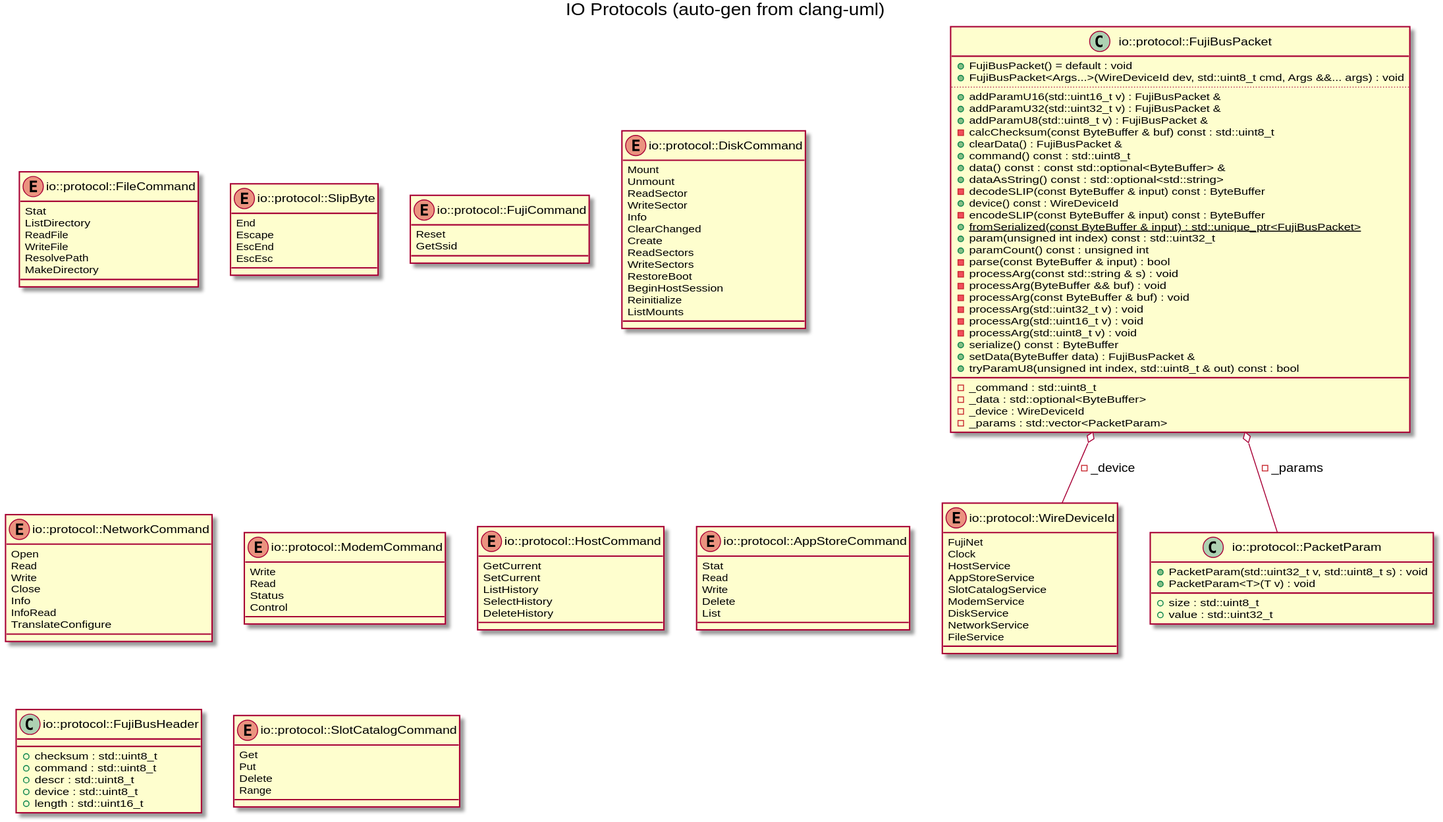
The PlantUML diagram docs/images/gen_io_protocol.svg in markjfisher/fujinet-nio, before a commit.
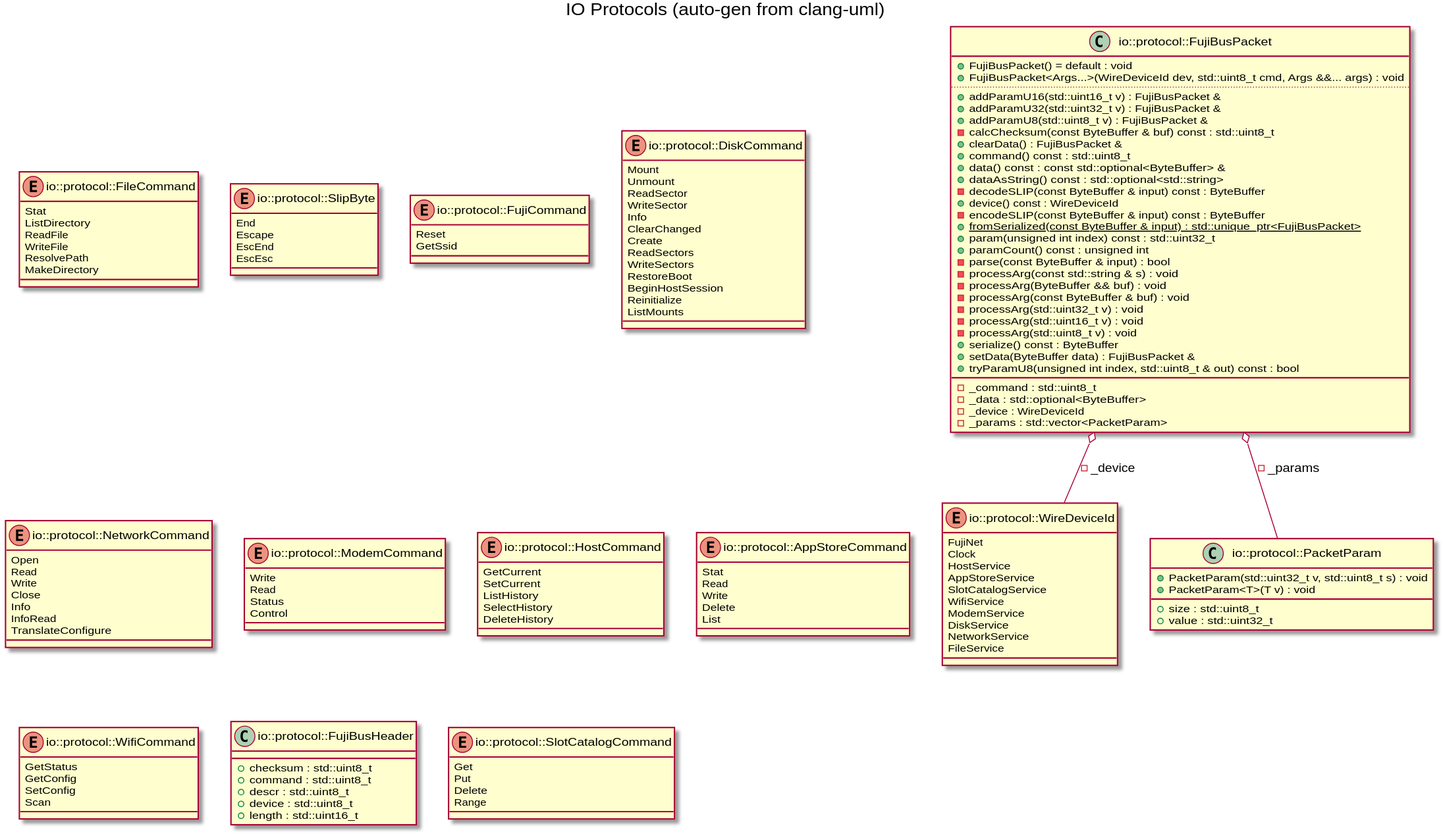
The same file after the commit.

Change to the diagram source:
```diff
@@ -7,6 +7,7 @@
 HostService
 AppStoreService
 SlotCatalogService
+WifiService
 ModemService
 DiskService
 NetworkService
@@ -125,6 +126,13 @@
 Delete
 List
 }
+enum "io::protocol::WifiCommand" as C_0015484389551772629797
+enum C_0015484389551772629797 {
+GetStatus
+GetConfig
+SetConfig
+Scan
+}
 class "io::protocol::FujiBusHeader" as C_0009954510640382192371
 class C_0009954510640382192371 {
 __
```
